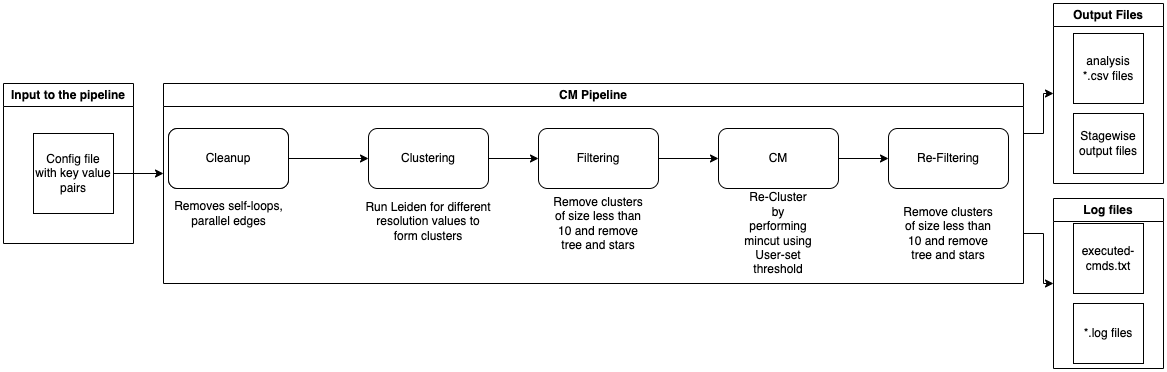
This is figures/cm_pp_overview.png from illinois-or-research-analytics/cm_pipeline, a draw.io export, as it was before one commit. Source tidied: cells renumbered, new cells last; positions are measured from the earlier drawing's top-left corner, leaving out a move shared by most shapes. Source of this version:
```xml
<mxGraphModel>
  <root>
    <mxCell id="0" />
    <mxCell id="1" parent="0" />
    <mxCell id="2" style="group;" parent="1" vertex="1">
      <mxGeometry x="160" y="80" width="860" height="200" as="geometry" />
    </mxCell>
    <mxCell id="3" value="Cleanup" style="rounded=1;whiteSpace=wrap;html=1;" parent="2" vertex="1">
      <mxGeometry x="5" y="45" width="120" height="60" as="geometry" />
    </mxCell>
    <mxCell id="4" value="Clustering" style="rounded=1;whiteSpace=wrap;html=1;" parent="2" vertex="1">
      <mxGeometry x="205" y="45" width="120" height="60" as="geometry" />
    </mxCell>
    <mxCell id="5" style="edgeStyle=orthogonalEdgeStyle;rounded=0;jettySize=auto;html=1;" parent="2" edge="1" source="3" target="4">
      <mxGeometry relative="1" as="geometry" />
    </mxCell>
    <mxCell id="6" value="Filtering" style="rounded=1;whiteSpace=wrap;html=1;" parent="2" vertex="1">
      <mxGeometry x="375" y="45" width="120" height="60" as="geometry" />
    </mxCell>
    <mxCell id="7" style="edgeStyle=orthogonalEdgeStyle;rounded=0;jettySize=auto;html=1;exitX=1;exitY=0.5;exitDx=0;exitDy=0;entryX=0;entryY=0.5;entryDx=0;entryDy=0;" parent="2" edge="1" source="4" target="6">
      <mxGeometry relative="1" as="geometry" />
    </mxCell>
    <mxCell id="8" value="CM" style="rounded=1;whiteSpace=wrap;html=1;" parent="2" vertex="1">
      <mxGeometry x="555" y="45" width="120" height="60" as="geometry" />
    </mxCell>
    <mxCell id="9" style="edgeStyle=orthogonalEdgeStyle;rounded=0;jettySize=auto;html=1;exitX=1;exitY=0.5;exitDx=0;exitDy=0;entryX=0;entryY=0.5;entryDx=0;entryDy=0;" parent="2" edge="1" source="6" target="8">
      <mxGeometry relative="1" as="geometry" />
    </mxCell>
    <mxCell id="10" value="Re-Filtering" style="rounded=1;whiteSpace=wrap;html=1;" parent="2" vertex="1">
      <mxGeometry x="725" y="45" width="120" height="60" as="geometry" />
    </mxCell>
    <mxCell id="11" style="edgeStyle=orthogonalEdgeStyle;rounded=0;jettySize=auto;html=1;exitX=1;exitY=0.5;exitDx=0;exitDy=0;entryX=0;entryY=0.5;entryDx=0;entryDy=0;" parent="2" edge="1" source="8" target="10">
      <mxGeometry relative="1" as="geometry" />
    </mxCell>
    <mxCell id="12" value="Removes self-loops, &lt;br&gt;parallel edges" style="text;html=1;align=center;verticalAlign=middle;strokeColor=none;fillColor=none;" parent="2" vertex="1">
      <mxGeometry y="110" width="130" height="40" as="geometry" />
    </mxCell>
    <mxCell id="13" value="Run Leiden for different resolution values to form clusters" style="text;html=1;strokeColor=none;fillColor=none;align=center;verticalAlign=middle;whiteSpace=wrap;rounded=0;" parent="2" vertex="1">
      <mxGeometry x="200" y="120" width="130" height="35" as="geometry" />
    </mxCell>
    <mxCell id="14" value="Remove clusters of size less than 10 and remove tree and stars" style="text;html=1;strokeColor=none;fillColor=none;align=center;verticalAlign=middle;whiteSpace=wrap;rounded=0;" parent="2" vertex="1">
      <mxGeometry x="385" y="125" width="100" height="30" as="geometry" />
    </mxCell>
    <mxCell id="15" value="Remove clusters of size less than 10 and remove tree and stars" style="text;html=1;strokeColor=none;fillColor=none;align=center;verticalAlign=middle;whiteSpace=wrap;rounded=0;" parent="2" vertex="1">
      <mxGeometry x="735" y="135" width="100" height="30" as="geometry" />
    </mxCell>
    <mxCell id="16" value="CM Pipeline" style="swimlane;whiteSpace=wrap;html=1;" parent="2" vertex="1">
      <mxGeometry width="860" height="200" as="geometry" />
    </mxCell>
    <mxCell id="17" value="Re-Cluster by performing mincut using User-set threshold" style="text;html=1;strokeColor=none;fillColor=none;align=center;verticalAlign=middle;whiteSpace=wrap;rounded=0;" parent="2" vertex="1">
      <mxGeometry x="580" y="130" width="70" height="40" as="geometry" />
    </mxCell>
    <mxCell id="18" value="Cleanup" style="rounded=1;whiteSpace=wrap;html=1;" parent="2" vertex="1">
      <mxGeometry x="5" y="45" width="120" height="60" as="geometry" />
    </mxCell>
    <mxCell id="19" style="edgeStyle=orthogonalEdgeStyle;rounded=0;jettySize=auto;html=1;exitX=1;exitY=0.5;exitDx=0;exitDy=0;" parent="1" edge="1" source="30">
      <mxGeometry relative="1" as="geometry">
        <mxPoint x="160" y="170" as="targetPoint" />
      </mxGeometry>
    </mxCell>
    <mxCell id="20" value="Log files" style="swimlane;whiteSpace=wrap;html=1;" parent="1" vertex="1">
      <mxGeometry x="1050" y="195" width="110" height="170" as="geometry" />
    </mxCell>
    <mxCell id="21" value="*.log files" style="rounded=0;whiteSpace=wrap;html=1;" parent="20" vertex="1">
      <mxGeometry x="20" y="105" width="70" height="60" as="geometry" />
    </mxCell>
    <mxCell id="22" value="executed-cmds.txt" style="rounded=0;whiteSpace=wrap;html=1;direction=south;" parent="20" vertex="1">
      <mxGeometry x="20" y="25" width="70" height="70" as="geometry" />
    </mxCell>
    <mxCell id="23" style="group;" parent="1" vertex="1">
      <mxGeometry x="1050" width="110" height="180" as="geometry" />
    </mxCell>
    <mxCell id="24" value="analysis *.csv files" style="whiteSpace=wrap;html=1;" parent="23" vertex="1">
      <mxGeometry x="20" y="30" width="70" height="70" as="geometry" />
    </mxCell>
    <mxCell id="25" value="Stagewise output files" style="rounded=0;whiteSpace=wrap;html=1;" parent="23" vertex="1">
      <mxGeometry x="20" y="110" width="70" height="60" as="geometry" />
    </mxCell>
    <mxCell id="26" value="Output Files" style="swimlane;whiteSpace=wrap;html=1;" parent="23" vertex="1">
      <mxGeometry width="110" height="180" as="geometry" />
    </mxCell>
    <mxCell id="27" style="edgeStyle=orthogonalEdgeStyle;rounded=0;jettySize=auto;html=1;exitX=1;exitY=0.25;exitDx=0;exitDy=0;entryX=0;entryY=0.5;entryDx=0;entryDy=0;" parent="1" edge="1" source="16" target="26">
      <mxGeometry relative="1" as="geometry" />
    </mxCell>
    <mxCell id="28" style="edgeStyle=orthogonalEdgeStyle;rounded=0;jettySize=auto;html=1;exitX=1;exitY=0.75;exitDx=0;exitDy=0;entryX=0;entryY=0.5;entryDx=0;entryDy=0;" parent="1" edge="1" source="16" target="20">
      <mxGeometry relative="1" as="geometry" />
    </mxCell>
    <mxCell id="29" value="Input to the pipeline" style="swimlane;whiteSpace=wrap;html=1;" parent="1" vertex="1">
      <mxGeometry y="80" width="130" height="160" as="geometry" />
    </mxCell>
    <mxCell id="30" value="Config file with key value pairs" style="whiteSpace=wrap;html=1;" parent="29" vertex="1">
      <mxGeometry x="30" y="50" width="80" height="80" as="geometry" />
    </mxCell>
  </root>
</mxGraphModel>
```
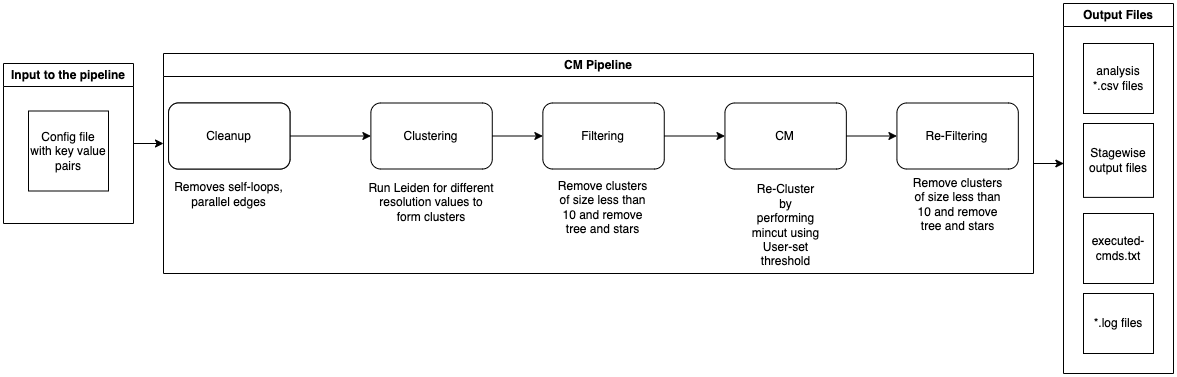
The same diagram one commit later.

Commit message:
move the log file to the output directory of the workflow

Change to the diagram source:
```diff
@@ -3,93 +3,89 @@
     <mxCell id="0" />
     <mxCell id="1" parent="0" />
     <mxCell id="2" style="group;" parent="1" vertex="1">
-      <mxGeometry x="160" y="80" width="860" height="200" as="geometry" />
+      <mxGeometry x="160" y="80" width="870" height="220" as="geometry" />
     </mxCell>
     <mxCell id="3" value="Cleanup" style="rounded=1;whiteSpace=wrap;html=1;" parent="2" vertex="1">
-      <mxGeometry x="5" y="45" width="120" height="60" as="geometry" />
+      <mxGeometry x="5.1" y="49.5" width="121.4" height="66" as="geometry" />
     </mxCell>
     <mxCell id="4" value="Clustering" style="rounded=1;whiteSpace=wrap;html=1;" parent="2" vertex="1">
-      <mxGeometry x="205" y="45" width="120" height="60" as="geometry" />
+      <mxGeometry x="207.4" y="49.5" width="121.4" height="66" as="geometry" />
     </mxCell>
     <mxCell id="5" style="edgeStyle=orthogonalEdgeStyle;rounded=0;jettySize=auto;html=1;" parent="2" edge="1" source="3" target="4">
       <mxGeometry relative="1" as="geometry" />
     </mxCell>
     <mxCell id="6" value="Filtering" style="rounded=1;whiteSpace=wrap;html=1;" parent="2" vertex="1">
-      <mxGeometry x="375" y="45" width="120" height="60" as="geometry" />
+      <mxGeometry x="379.4" y="49.5" width="121.4" height="66" as="geometry" />
     </mxCell>
     <mxCell id="7" style="edgeStyle=orthogonalEdgeStyle;rounded=0;jettySize=auto;html=1;exitX=1;exitY=0.5;exitDx=0;exitDy=0;entryX=0;entryY=0.5;entryDx=0;entryDy=0;" parent="2" edge="1" source="4" target="6">
       <mxGeometry relative="1" as="geometry" />
     </mxCell>
     <mxCell id="8" value="CM" style="rounded=1;whiteSpace=wrap;html=1;" parent="2" vertex="1">
-      <mxGeometry x="555" y="45" width="120" height="60" as="geometry" />
+      <mxGeometry x="561.5" y="49.5" width="121.4" height="66" as="geometry" />
     </mxCell>
     <mxCell id="9" style="edgeStyle=orthogonalEdgeStyle;rounded=0;jettySize=auto;html=1;exitX=1;exitY=0.5;exitDx=0;exitDy=0;entryX=0;entryY=0.5;entryDx=0;entryDy=0;" parent="2" edge="1" source="6" target="8">
       <mxGeometry relative="1" as="geometry" />
     </mxCell>
     <mxCell id="10" value="Re-Filtering" style="rounded=1;whiteSpace=wrap;html=1;" parent="2" vertex="1">
-      <mxGeometry x="725" y="45" width="120" height="60" as="geometry" />
+      <mxGeometry x="733.4" y="49.5" width="121.4" height="66" as="geometry" />
     </mxCell>
     <mxCell id="11" style="edgeStyle=orthogonalEdgeStyle;rounded=0;jettySize=auto;html=1;exitX=1;exitY=0.5;exitDx=0;exitDy=0;entryX=0;entryY=0.5;entryDx=0;entryDy=0;" parent="2" edge="1" source="8" target="10">
       <mxGeometry relative="1" as="geometry" />
     </mxCell>
+    <mxCell id="14" value="Remove clusters of size less than 10 and remove tree and stars" style="text;html=1;strokeColor=none;fillColor=none;align=center;verticalAlign=middle;whiteSpace=wrap;rounded=0;" parent="2" vertex="1">
+      <mxGeometry x="389.5" y="137.5" width="101.2" height="33" as="geometry" />
+    </mxCell>
+    <mxCell id="31" style="edgeStyle=orthogonalEdgeStyle;rounded=0;jettySize=auto;html=1;exitX=1;exitY=0.5;exitDx=0;exitDy=0;" parent="2" edge="1" source="16">
+      <mxGeometry relative="1" as="geometry">
+        <mxPoint x="900.3" y="110" as="targetPoint" />
+      </mxGeometry>
+    </mxCell>
+    <mxCell id="16" value="CM Pipeline" style="swimlane;whiteSpace=wrap;html=1;" parent="2" vertex="1">
+      <mxGeometry width="870" height="220" as="geometry" />
+    </mxCell>
-    <mxCell id="12" value="Removes self-loops, &lt;br&gt;parallel edges" style="text;html=1;align=center;verticalAlign=middle;strokeColor=none;fillColor=none;" parent="2" vertex="1">
-      <mxGeometry y="110" width="130" height="40" as="geometry" />
+    <mxCell id="12" value="Removes self-loops, &lt;br&gt;parallel edges" style="text;html=1;align=center;verticalAlign=middle;strokeColor=none;fillColor=none;" parent="16" vertex="1">
+      <mxGeometry y="121" width="130" height="40" as="geometry" />
     </mxCell>
-    <mxCell id="13" value="Run Leiden for different resolution values to form clusters" style="text;html=1;strokeColor=none;fillColor=none;align=center;verticalAlign=middle;whiteSpace=wrap;rounded=0;" parent="2" vertex="1">
-      <mxGeometry x="200" y="120" width="130" height="35" as="geometry" />
+    <mxCell id="13" value="Run Leiden for different resolution values to form clusters" style="text;html=1;strokeColor=none;fillColor=none;align=center;verticalAlign=middle;whiteSpace=wrap;rounded=0;" parent="16" vertex="1">
+      <mxGeometry x="202.3" y="129.2" width="131.5" height="38.5" as="geometry" />
     </mxCell>
-    <mxCell id="14" value="Remove clusters of size less than 10 and remove tree and stars" style="text;html=1;strokeColor=none;fillColor=none;align=center;verticalAlign=middle;whiteSpace=wrap;rounded=0;" parent="2" vertex="1">
-      <mxGeometry x="385" y="125" width="100" height="30" as="geometry" />
-    </mxCell>
-    <mxCell id="15" value="Remove clusters of size less than 10 and remove tree and stars" style="text;html=1;strokeColor=none;fillColor=none;align=center;verticalAlign=middle;whiteSpace=wrap;rounded=0;" parent="2" vertex="1">
-      <mxGeometry x="735" y="135" width="100" height="30" as="geometry" />
+    <mxCell id="15" value="Remove clusters of size less than 10 and remove tree and stars" style="text;html=1;strokeColor=none;fillColor=none;align=center;verticalAlign=middle;whiteSpace=wrap;rounded=0;" parent="16" vertex="1">
+      <mxGeometry x="743.5" y="134.8" width="101.2" height="33" as="geometry" />
     </mxCell>
-    <mxCell id="16" value="CM Pipeline" style="swimlane;whiteSpace=wrap;html=1;" parent="2" vertex="1">
-      <mxGeometry width="860" height="200" as="geometry" />
-    </mxCell>
-    <mxCell id="17" value="Re-Cluster by performing mincut using User-set threshold" style="text;html=1;strokeColor=none;fillColor=none;align=center;verticalAlign=middle;whiteSpace=wrap;rounded=0;" parent="2" vertex="1">
-      <mxGeometry x="580" y="130" width="70" height="40" as="geometry" />
+    <mxCell id="17" value="Re-Cluster by performing mincut using User-set threshold" style="text;html=1;strokeColor=none;fillColor=none;align=center;verticalAlign=middle;whiteSpace=wrap;rounded=0;" parent="16" vertex="1">
+      <mxGeometry x="586.7" y="150" width="70.8" height="44" as="geometry" />
     </mxCell>
     <mxCell id="18" value="Cleanup" style="rounded=1;whiteSpace=wrap;html=1;" parent="2" vertex="1">
-      <mxGeometry x="5" y="45" width="120" height="60" as="geometry" />
+      <mxGeometry x="5.1" y="49.5" width="121.4" height="66" as="geometry" />
     </mxCell>
-    <mxCell id="19" style="edgeStyle=orthogonalEdgeStyle;rounded=0;jettySize=auto;html=1;exitX=1;exitY=0.5;exitDx=0;exitDy=0;" parent="1" edge="1" source="30">
-      <mxGeometry relative="1" as="geometry">
-        <mxPoint x="160" y="170" as="targetPoint" />
-      </mxGeometry>
-    </mxCell>
-    <mxCell id="20" value="Log files" style="swimlane;whiteSpace=wrap;html=1;" parent="1" vertex="1">
-      <mxGeometry x="1050" y="195" width="110" height="170" as="geometry" />
-    </mxCell>
+    <mxCell id="23" style="group;" parent="1" vertex="1">
+      <mxGeometry x="1060" y="30" width="110" height="370" as="geometry" />
+    </mxCell>
+    <mxCell id="26" value="Output Files" style="swimlane;whiteSpace=wrap;html=1;" parent="23" vertex="1">
+      <mxGeometry width="110" height="370" as="geometry" />
+    </mxCell>
+    <mxCell id="25" value="Stagewise output files" style="rounded=0;whiteSpace=wrap;html=1;" parent="26" vertex="1">
+      <mxGeometry x="20" y="120" width="70" height="73.9" as="geometry" />
+    </mxCell>
+    <mxCell id="24" value="analysis *.csv files" style="whiteSpace=wrap;html=1;" parent="26" vertex="1">
+      <mxGeometry x="20" y="40" width="70" height="70" as="geometry" />
+    </mxCell>
+    <mxCell id="22" value="executed-cmds.txt" style="rounded=0;whiteSpace=wrap;html=1;direction=south;" parent="26" vertex="1">
+      <mxGeometry x="20" y="210" width="70" height="70" as="geometry" />
+    </mxCell>
-    <mxCell id="21" value="*.log files" style="rounded=0;whiteSpace=wrap;html=1;" parent="20" vertex="1">
-      <mxGeometry x="20" y="105" width="70" height="60" as="geometry" />
+    <mxCell id="21" value="*.log files" style="rounded=0;whiteSpace=wrap;html=1;" parent="26" vertex="1">
+      <mxGeometry x="20" y="290" width="70" height="60" as="geometry" />
     </mxCell>
-    <mxCell id="22" value="executed-cmds.txt" style="rounded=0;whiteSpace=wrap;html=1;direction=south;" parent="20" vertex="1">
-      <mxGeometry x="20" y="25" width="70" height="70" as="geometry" />
-    </mxCell>
-    <mxCell id="23" style="group;" parent="1" vertex="1">
-      <mxGeometry x="1050" width="110" height="180" as="geometry" />
-    </mxCell>
-    <mxCell id="24" value="analysis *.csv files" style="whiteSpace=wrap;html=1;" parent="23" vertex="1">
-      <mxGeometry x="20" y="30" width="70" height="70" as="geometry" />
-    </mxCell>
-    <mxCell id="25" value="Stagewise output files" style="rounded=0;whiteSpace=wrap;html=1;" parent="23" vertex="1">
-      <mxGeometry x="20" y="110" width="70" height="60" as="geometry" />
-    </mxCell>
-    <mxCell id="26" value="Output Files" style="swimlane;whiteSpace=wrap;html=1;" parent="23" vertex="1">
-      <mxGeometry width="110" height="180" as="geometry" />
-    </mxCell>
-    <mxCell id="27" style="edgeStyle=orthogonalEdgeStyle;rounded=0;jettySize=auto;html=1;exitX=1;exitY=0.25;exitDx=0;exitDy=0;entryX=0;entryY=0.5;entryDx=0;entryDy=0;" parent="1" edge="1" source="16" target="26">
-      <mxGeometry relative="1" as="geometry" />
-    </mxCell>
-    <mxCell id="28" style="edgeStyle=orthogonalEdgeStyle;rounded=0;jettySize=auto;html=1;exitX=1;exitY=0.75;exitDx=0;exitDy=0;entryX=0;entryY=0.5;entryDx=0;entryDy=0;" parent="1" edge="1" source="16" target="20">
-      <mxGeometry relative="1" as="geometry" />
-    </mxCell>
+    <mxCell id="32" style="edgeStyle=orthogonalEdgeStyle;rounded=0;jettySize=auto;html=1;exitX=1;exitY=0.5;exitDx=0;exitDy=0;" parent="1" edge="1" source="29">
+      <mxGeometry relative="1" as="geometry">
+        <mxPoint x="160" y="170" as="targetPoint" />
+      </mxGeometry>
+    </mxCell>
     <mxCell id="29" value="Input to the pipeline" style="swimlane;whiteSpace=wrap;html=1;" parent="1" vertex="1">
-      <mxGeometry y="80" width="130" height="160" as="geometry" />
+      <mxGeometry y="90" width="130" height="160" as="geometry" />
     </mxCell>
     <mxCell id="30" value="Config file with key value pairs" style="whiteSpace=wrap;html=1;" parent="29" vertex="1">
-      <mxGeometry x="30" y="50" width="80" height="80" as="geometry" />
+      <mxGeometry x="25" y="47.5" width="80" height="80" as="geometry" />
     </mxCell>
   </root>
 </mxGraphModel>
```
